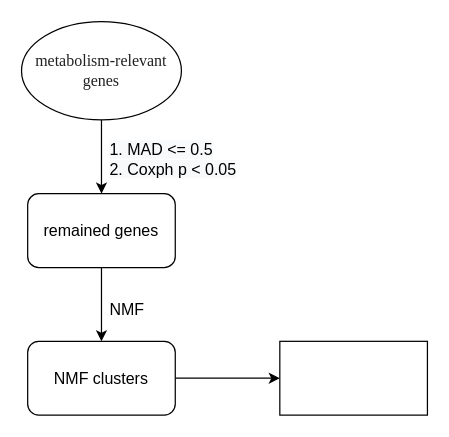
The draw.io diagram Untitled Diagram.drawio in gnilihzeux/Bioinformatics_Pipeline, before the edit. Source tidied: cells renumbered, new cells numbered last; positions are measured from the earlier drawing's top-left corner, leaving out a move shared by most shapes. Both pictures are drawn from the tidied source at 123%, with x=0, y=0 at pixel (21, 21).
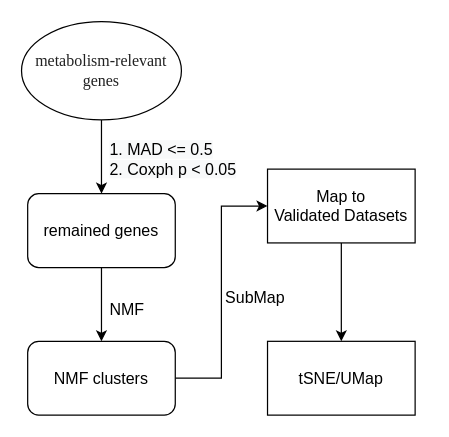
After the change.

What changed in the source:
```diff
@@
 <mxGraphModel>
   <root>
     <mxCell id="0" />
     <mxCell id="1" parent="0" />
     <mxCell id="2" style="edgeStyle=orthogonalEdgeStyle;rounded=0;jettySize=auto;html=1;fontSize=13;" parent="1" edge="1" source="3" target="5">
       <mxGeometry relative="1" as="geometry" />
     </mxCell>
     <mxCell id="3" value="&lt;span style=&quot;color: rgb(33 , 33 , 33) ; font-family: &amp;#34;cambria&amp;#34; , &amp;#34;cambria math&amp;#34; , &amp;#34;stixgeneral&amp;#34; , &amp;#34;times new roman&amp;#34; , &amp;#34;times&amp;#34; , serif ; font-size: 13px ; background-color: rgb(255 , 255 , 255)&quot;&gt;metabolism‐relevant genes&lt;/span&gt;" style="ellipse;whiteSpace=wrap;html=1;" parent="1" vertex="1">
       <mxGeometry width="130" height="80" as="geometry" />
     </mxCell>
     <mxCell id="4" style="edgeStyle=orthogonalEdgeStyle;rounded=0;jettySize=auto;html=1;fontSize=13;" parent="1" edge="1" source="5" target="7">
       <mxGeometry relative="1" as="geometry" />
     </mxCell>
     <mxCell id="5" value="remained genes" style="rounded=1;whiteSpace=wrap;html=1;fontSize=13;" parent="1" vertex="1">
       <mxGeometry x="5" y="140" width="120" height="60" as="geometry" />
     </mxCell>
     <mxCell id="6" style="edgeStyle=orthogonalEdgeStyle;rounded=0;jettySize=auto;html=1;entryX=0;entryY=0.5;entryDx=0;entryDy=0;fontSize=13;" parent="1" edge="1" source="7" target="10">
       <mxGeometry relative="1" as="geometry" />
     </mxCell>
     <mxCell id="7" value="NMF clusters" style="whiteSpace=wrap;html=1;fontSize=13;rounded=1;" parent="1" vertex="1">
       <mxGeometry x="5" y="260" width="120" height="60" as="geometry" />
     </mxCell>
     <mxCell id="8" value="&lt;span style=&quot;color: rgb(0, 0, 0); font-family: helvetica; font-size: 13px; font-style: normal; font-weight: 400; letter-spacing: normal; text-align: center; text-indent: 0px; text-transform: none; word-spacing: 0px; background-color: rgb(248, 249, 250); display: inline; float: none;&quot;&gt;1. MAD &amp;lt;= 0.5&lt;/span&gt;&lt;br style=&quot;color: rgb(0, 0, 0); font-family: helvetica; font-size: 13px; font-style: normal; font-weight: 400; letter-spacing: normal; text-align: center; text-indent: 0px; text-transform: none; word-spacing: 0px; background-color: rgb(248, 249, 250);&quot;&gt;&lt;span style=&quot;color: rgb(0, 0, 0); font-family: helvetica; font-size: 13px; font-style: normal; font-weight: 400; letter-spacing: normal; text-align: center; text-indent: 0px; text-transform: none; word-spacing: 0px; background-color: rgb(248, 249, 250); display: inline; float: none;&quot;&gt;2. Coxph p &amp;lt; 0.05&lt;/span&gt;" style="text;whiteSpace=wrap;html=1;fontSize=13;" parent="1" vertex="1">
       <mxGeometry x="70" y="90" width="130" height="50" as="geometry" />
     </mxCell>
     <mxCell id="9" value="&lt;div style=&quot;text-align: center&quot;&gt;&lt;span&gt;&lt;font face=&quot;helvetica&quot;&gt;NMF&lt;/font&gt;&lt;/span&gt;&lt;/div&gt;" style="text;whiteSpace=wrap;html=1;fontSize=13;" parent="1" vertex="1">
       <mxGeometry x="70" y="220" width="130" height="50" as="geometry" />
     </mxCell>
+    <mxCell id="11" style="edgeStyle=orthogonalEdgeStyle;rounded=0;jettySize=auto;html=1;entryX=0.5;entryY=0;entryDx=0;entryDy=0;fontSize=13;" parent="1" edge="1" source="10" target="13">
+      <mxGeometry relative="1" as="geometry" />
+    </mxCell>
-    <mxCell id="10" style="rounded=0;whiteSpace=wrap;html=1;fontSize=13;" parent="1" vertex="1">
-      <mxGeometry x="210" y="260" width="120" height="60" as="geometry" />
+    <mxCell id="10" value="Map to&lt;br&gt;Validated Datasets" style="rounded=0;whiteSpace=wrap;html=1;fontSize=13;" parent="1" vertex="1">
+      <mxGeometry x="200" y="120" width="120" height="60" as="geometry" />
     </mxCell>
+    <mxCell id="12" value="&lt;div style=&quot;text-align: center&quot;&gt;&lt;span&gt;&lt;font face=&quot;helvetica&quot;&gt;SubMap&lt;/font&gt;&lt;/span&gt;&lt;/div&gt;" style="text;whiteSpace=wrap;html=1;fontSize=13;" parent="1" vertex="1">
+      <mxGeometry x="164" y="210" width="56" height="30" as="geometry" />
+    </mxCell>
+    <mxCell id="13" value="tSNE/UMap" style="rounded=0;whiteSpace=wrap;html=1;fontSize=13;" parent="1" vertex="1">
+      <mxGeometry x="200" y="260" width="120" height="60" as="geometry" />
+    </mxCell>
   </root>
 </mxGraphModel>
```
